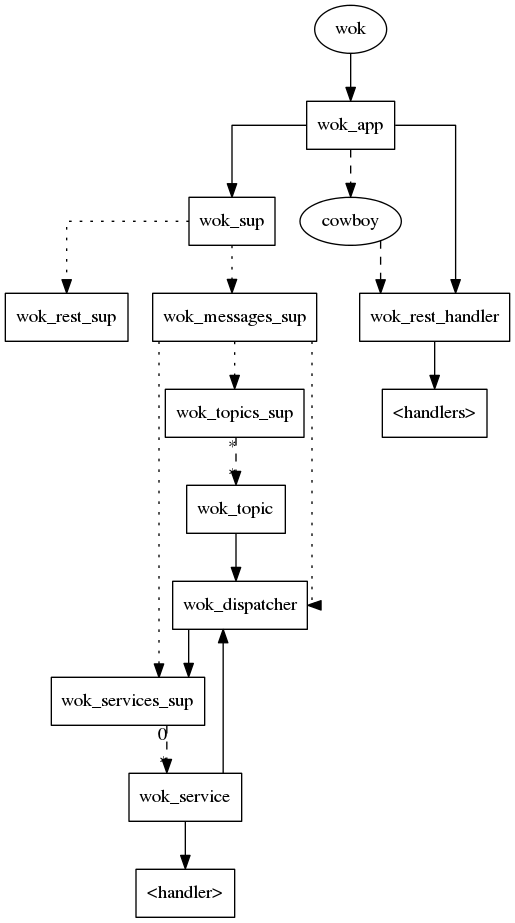
Earlier version of the Graphviz export wok.call.png (botsunit/wok). Its source is kept beside it as wok.call.gv.
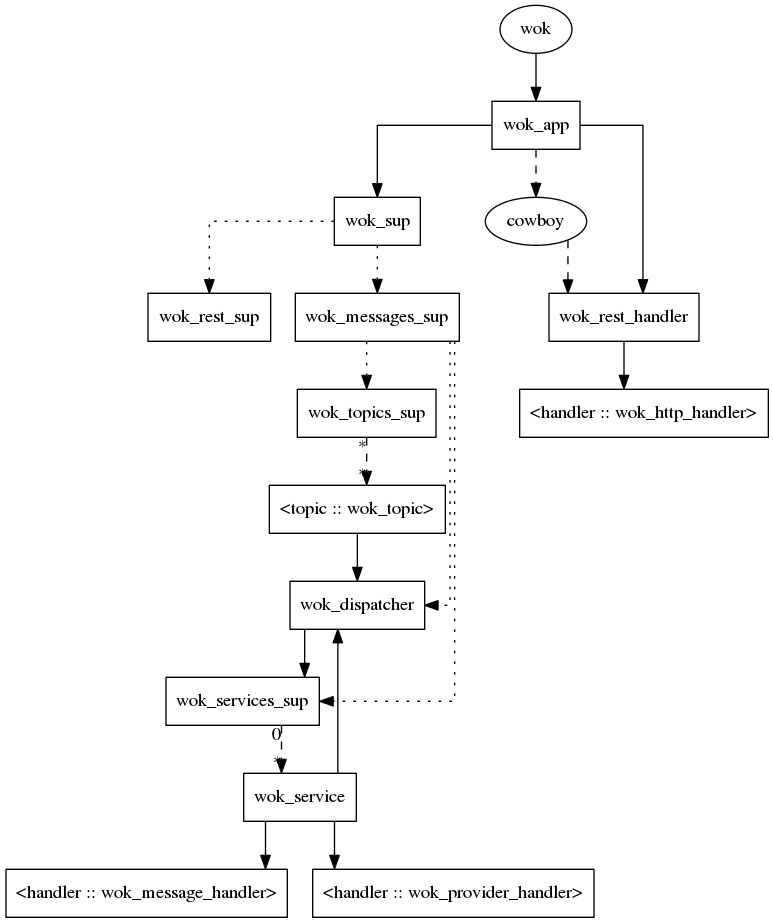
After the change.

Commit message:
Add http and provider handlers

The edit, as a diff of the source:
```diff
@@ -10,7 +10,7 @@
   wok_app -> cowboy [style=dashed];
   wok_app -> wok_rest_handler;
   cowboy -> wok_rest_handler [style=dashed];
-  wok_rest_handler -> "<handlers>";
+  wok_rest_handler -> "<handler :: wok_http_handler>";
 
   wok_sup -> wok_messages_sup [style=dotted];
   wok_sup -> wok_rest_sup [style=dotted];
@@ -23,11 +23,14 @@
 
   wok_services_sup -> wok_service [style=dashed, headlabel="*", taillabel="0"];
 
+  wok_topic[label = "<topic :: wok_topic>"];
   wok_topics_sup -> wok_topic [style=dashed, headlabel="*", taillabel="*"];
 
   wok_service -> wok_dispatcher;
 
-  wok_service -> "<handler>";
+  wok_service -> "<handler :: wok_message_handler>";
+
+  wok_service -> "<handler :: wok_provider_handler>";
 
   wok_topic -> wok_dispatcher;
 
```
